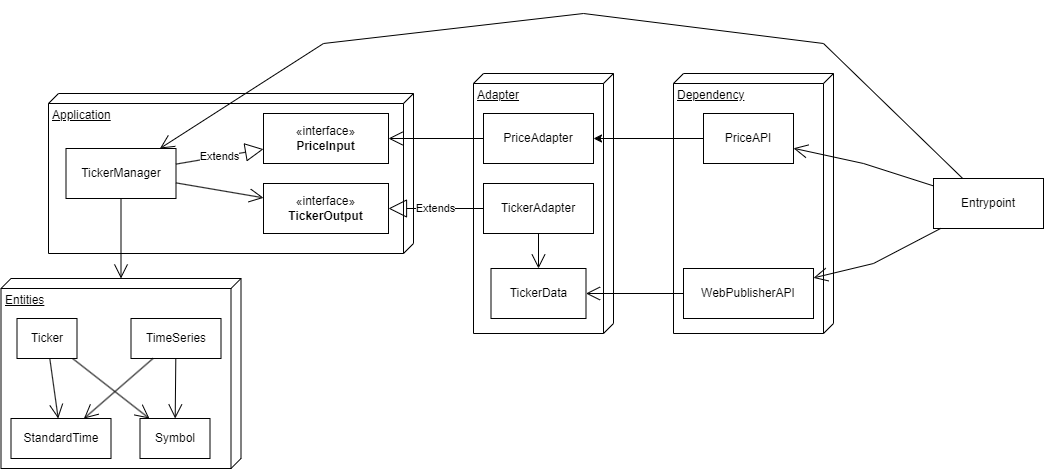
Above: docs/structure.png in mwhicks-dev/automatic-octo-spoon (draw.io), before the change. Source tidied: cells renumbered, new cells last; positions are measured from the earlier drawing's top-left corner, leaving out a move shared by most shapes.
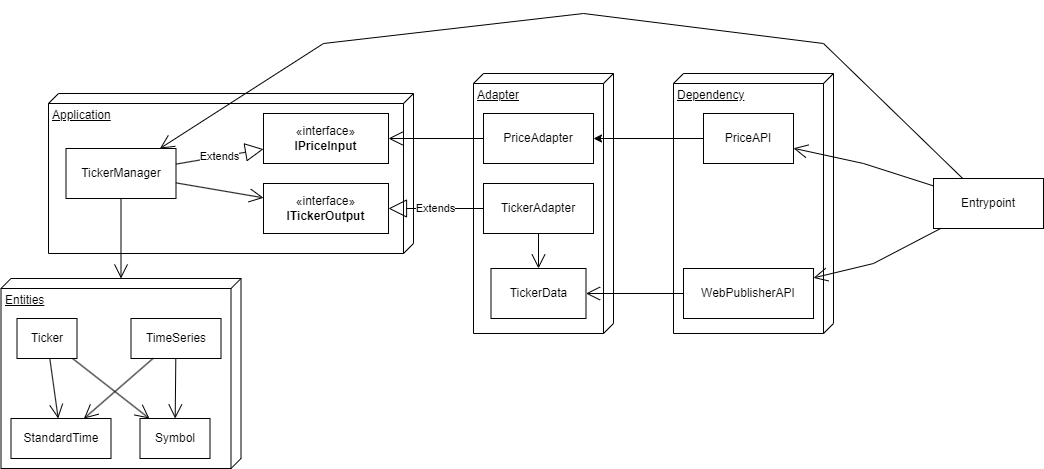
The same file after the commit.

The edit, as a diff of the source:
```diff
@@ -41,10 +41,10 @@
     <mxCell id="14" value="Application" style="verticalAlign=top;align=left;spacingTop=8;spacingLeft=2;spacingRight=12;shape=cube;size=10;direction=south;fontStyle=4;html=1;whiteSpace=wrap;" parent="13" vertex="1">
       <mxGeometry width="365" height="160" as="geometry" />
     </mxCell>
-    <mxCell id="15" value="«interface»&lt;br&gt;&lt;b&gt;PriceInput&lt;/b&gt;" style="html=1;whiteSpace=wrap;" parent="13" vertex="1">
+    <mxCell id="15" value="«interface»&lt;br&gt;&lt;b&gt;IPriceInput&lt;/b&gt;" style="html=1;whiteSpace=wrap;" parent="13" vertex="1">
       <mxGeometry x="215" y="20" width="125" height="50" as="geometry" />
     </mxCell>
-    <mxCell id="16" value="«interface»&lt;br&gt;&lt;b&gt;TickerOutput&lt;/b&gt;" style="html=1;whiteSpace=wrap;" parent="13" vertex="1">
+    <mxCell id="16" value="«interface»&lt;br&gt;&lt;b&gt;ITickerOutput&lt;/b&gt;" style="html=1;whiteSpace=wrap;" parent="13" vertex="1">
       <mxGeometry x="215" y="90" width="125" height="50" as="geometry" />
     </mxCell>
     <mxCell id="17" value="TickerManager" style="html=1;whiteSpace=wrap;" parent="13" vertex="1">
```
